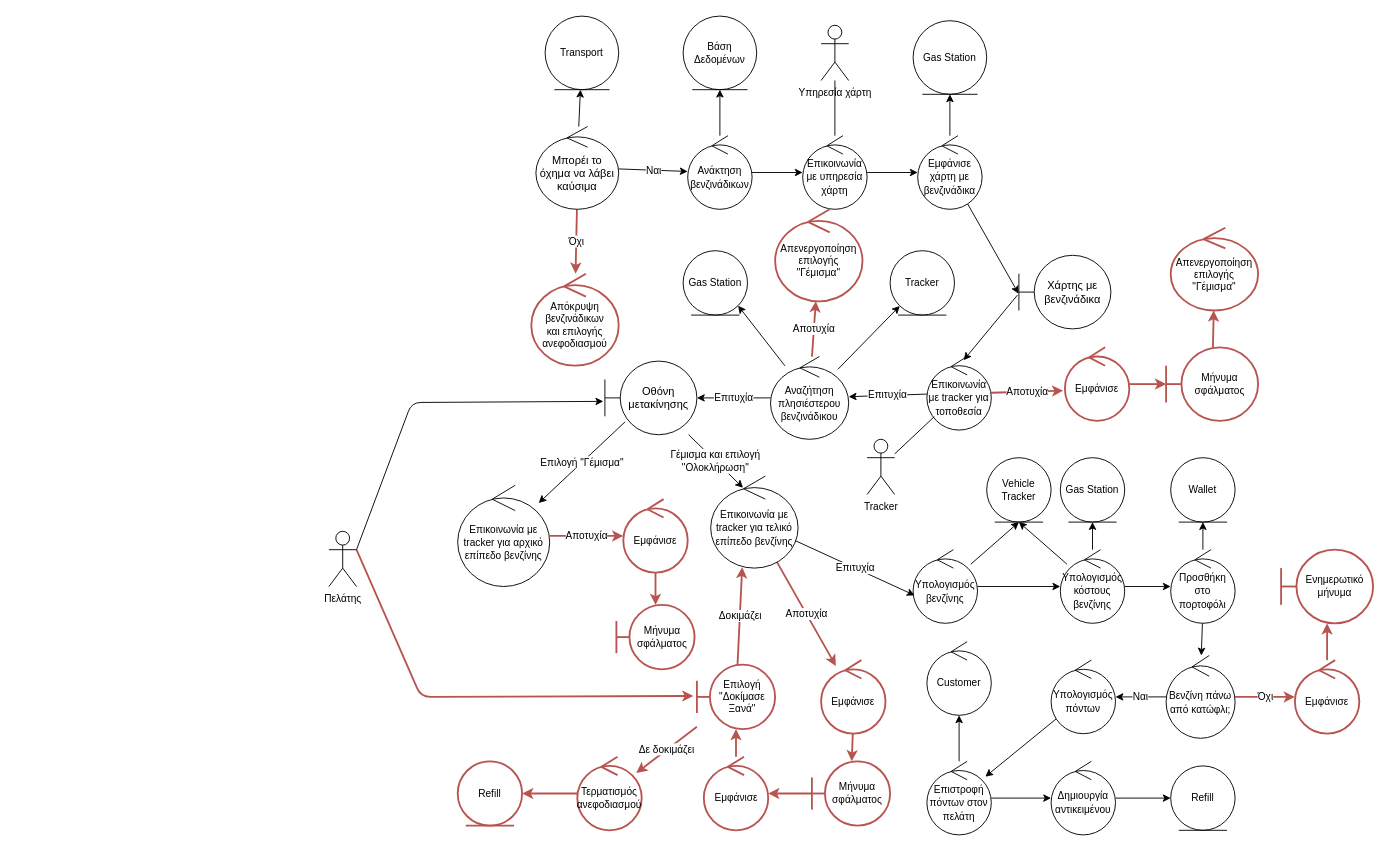
Above: Part_2/Robustness/diagrams/13_Ανεφοδιασμός_Οχήματος.drawio in Nikolis2002/texnoligia_logismikou (draw.io), before the change. Source tidied: cells renumbered, new cells numbered last; positions are measured from the earlier drawing's top-left corner, leaving out a move shared by most shapes. Both pictures are drawn from the tidied source at 92%, with x=0, y=0 at pixel (328, 16).
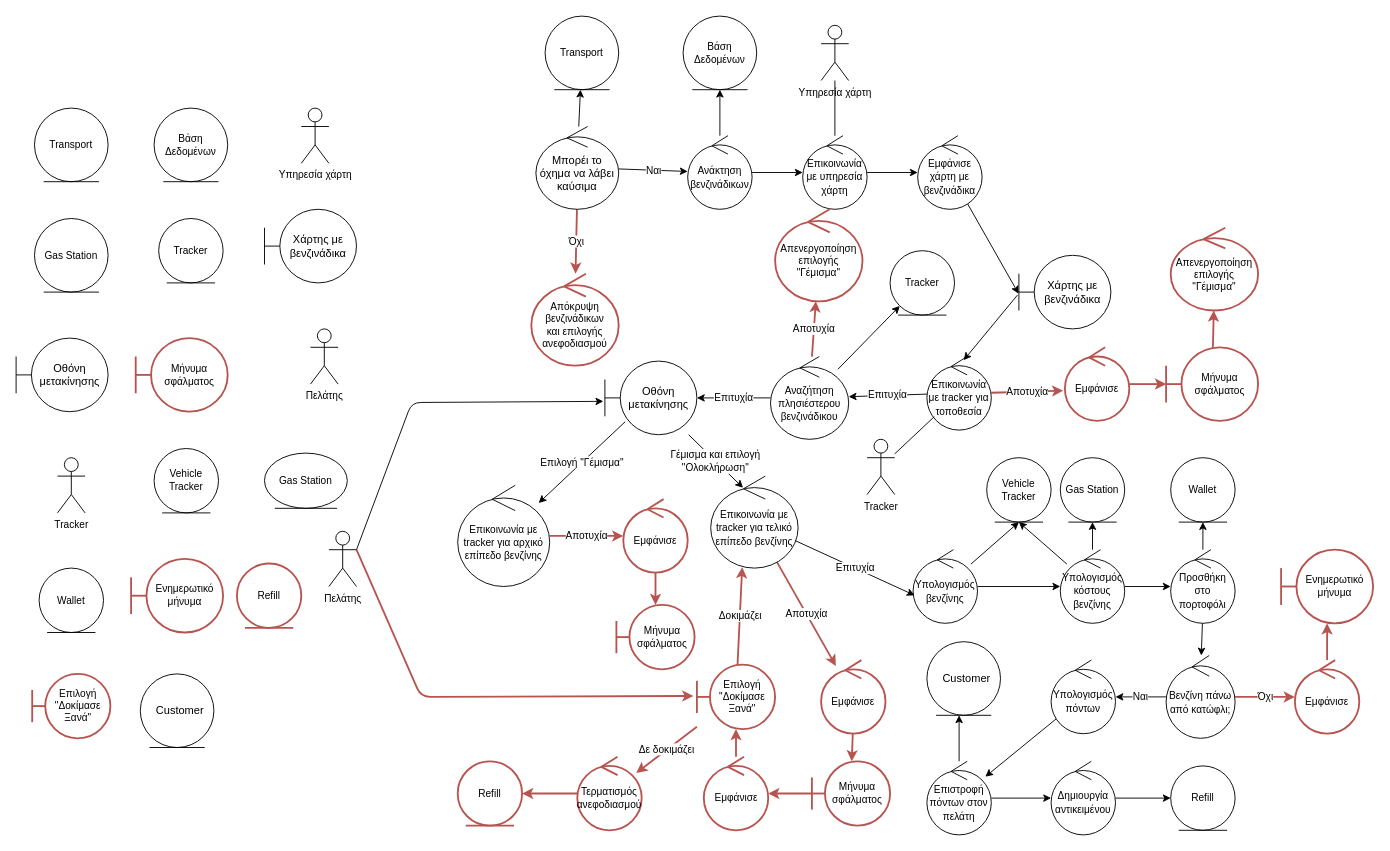
Above is the later version.

The change refers to these unchanged cells:
```xml
<mxCell id="21" value="&lt;font style=&quot;font-size: 11px;&quot;&gt;Εμφάνισε χάρτη με βενζινάδικα&lt;/font&gt;" style="ellipse;shape=umlControl;whiteSpace=wrap;html=1;" parent="1" vertex="1">
  <mxGeometry x="640" y="130" width="70" height="80" as="geometry" />
</mxCell>
<mxCell id="32" value="&lt;font style=&quot;font-size: 11px;&quot;&gt;Αναζήτηση πλησιέστερου βενζινάδικου&lt;/font&gt;" style="ellipse;shape=umlControl;whiteSpace=wrap;html=1;" parent="1" vertex="1">
  <mxGeometry x="480" y="370" width="85" height="90" as="geometry" />
</mxCell>
<mxCell id="86" value="&lt;span style=&quot;font-size: 11px;&quot;&gt;Επιστροφή πόντων στον πελάτη&lt;/span&gt;" style="ellipse;shape=umlControl;whiteSpace=wrap;html=1;" parent="1" vertex="1">
  <mxGeometry x="650" y="810" width="70" height="80" as="geometry" />
</mxCell>
```

The edit, as a diff of the source:
```diff
@@
-    <mxCell id="20" style="edgeStyle=none;html=1;endArrow=classic;endFill=1;" parent="1" edge="1" source="21" target="27">
-      <mxGeometry relative="1" as="geometry" />
-    </mxCell>
@@
-    <mxCell id="27" value="Gas Station" style="ellipse;shape=umlEntity;whiteSpace=wrap;html=1;fontSize=11;" parent="1" vertex="1">
-      <mxGeometry x="635" y="5" width="80" height="80" as="geometry" />
-    </mxCell>
-    <mxCell id="28" style="edgeStyle=none;html=1;entryX=1;entryY=1;entryDx=0;entryDy=0;endArrow=classic;endFill=1;" parent="1" edge="1" source="32" target="33">
-      <mxGeometry relative="1" as="geometry" />
-    </mxCell>
@@
-    <mxCell id="33" value="Gas Station" style="ellipse;shape=umlEntity;whiteSpace=wrap;html=1;fontSize=11;" parent="1" vertex="1">
-      <mxGeometry x="385" y="255" width="70" height="70" as="geometry" />
-    </mxCell>
@@
-    <mxCell id="84" style="edgeStyle=none;html=1;" parent="1" edge="1" source="86" target="87">
-      <mxGeometry relative="1" as="geometry" />
+    <mxCell id="84" style="edgeStyle=none;html=1;" parent="1" edge="1" source="86">
+      <mxGeometry relative="1" as="geometry">
+        <mxPoint x="685" y="760" as="targetPoint" />
+      </mxGeometry>
     </mxCell>
@@
-    <mxCell id="87" value="&lt;span style=&quot;font-size: 11px;&quot;&gt;Customer&lt;/span&gt;" style="ellipse;shape=umlControl;whiteSpace=wrap;html=1;" parent="1" vertex="1">
-      <mxGeometry x="650" y="680" width="70" height="80" as="geometry" />
-    </mxCell>
@@
+    <mxCell id="94" value="Πελάτης" style="shape=umlActor;verticalLabelPosition=bottom;verticalAlign=top;html=1;fontSize=11;" parent="1" vertex="1">
+      <mxGeometry x="-20" y="340" width="30" height="60" as="geometry" />
+    </mxCell>
+    <mxCell id="95" value="Transport" style="ellipse;shape=umlEntity;whiteSpace=wrap;html=1;fontSize=11;" parent="1" vertex="1">
+      <mxGeometry x="-320" y="100" width="80" height="80" as="geometry" />
+    </mxCell>
+    <mxCell id="96" value="Βάση Δεδομένων" style="ellipse;shape=umlEntity;whiteSpace=wrap;html=1;fontSize=11;" parent="1" vertex="1">
+      <mxGeometry x="-190" y="100" width="80" height="80" as="geometry" />
+    </mxCell>
+    <mxCell id="97" value="Υπηρεσία χάρτη" style="shape=umlActor;verticalLabelPosition=bottom;verticalAlign=top;html=1;fontSize=11;" parent="1" vertex="1">
+      <mxGeometry x="-30" y="100" width="30" height="60" as="geometry" />
+    </mxCell>
+    <mxCell id="98" value="Gas Station" style="ellipse;shape=umlEntity;whiteSpace=wrap;html=1;fontSize=11;" parent="1" vertex="1">
+      <mxGeometry x="-320" y="220" width="80" height="80" as="geometry" />
+    </mxCell>
+    <mxCell id="99" value="Tracker" style="ellipse;shape=umlEntity;whiteSpace=wrap;html=1;fontSize=11;" parent="1" vertex="1">
+      <mxGeometry x="-185" y="220" width="70" height="70" as="geometry" />
+    </mxCell>
+    <mxCell id="100" value="Χάρτης με βενζινάδικα" style="shape=umlBoundary;whiteSpace=wrap;html=1;" parent="1" vertex="1">
+      <mxGeometry x="-70" y="210" width="100" height="80" as="geometry" />
+    </mxCell>
+    <mxCell id="101" value="Οθόνη μετακίνησης" style="shape=umlBoundary;whiteSpace=wrap;html=1;" parent="1" vertex="1">
+      <mxGeometry x="-340" y="350" width="100" height="80" as="geometry" />
+    </mxCell>
+    <mxCell id="102" value="Μήνυμα σφάλματος" style="shape=umlBoundary;whiteSpace=wrap;html=1;fontSize=11;fillColor=none;strokeColor=#b85450;strokeWidth=2;" parent="1" vertex="1">
+      <mxGeometry x="-210" y="350" width="100" height="80" as="geometry" />
+    </mxCell>
+    <mxCell id="103" value="Tracker" style="shape=umlActor;verticalLabelPosition=bottom;verticalAlign=top;html=1;fontSize=11;" parent="1" vertex="1">
+      <mxGeometry x="-295" y="480" width="30" height="60" as="geometry" />
+    </mxCell>
+    <mxCell id="104" value="Vehicle Tracker" style="ellipse;shape=umlEntity;whiteSpace=wrap;html=1;fontSize=11;" parent="1" vertex="1">
+      <mxGeometry x="-190" y="470" width="70" height="70" as="geometry" />
+    </mxCell>
+    <mxCell id="105" value="Gas Station" style="ellipse;shape=umlEntity;whiteSpace=wrap;html=1;fontSize=11;" parent="1" vertex="1">
+      <mxGeometry x="-70" y="475" width="90" height="60" as="geometry" />
+    </mxCell>
+    <mxCell id="106" value="Wallet" style="ellipse;shape=umlEntity;whiteSpace=wrap;html=1;fontSize=11;" parent="1" vertex="1">
+      <mxGeometry x="-315" y="600" width="70" height="70" as="geometry" />
+    </mxCell>
+    <mxCell id="107" value="Ενημερωτικό μήνυμα" style="shape=umlBoundary;whiteSpace=wrap;html=1;fontSize=11;fillColor=none;strokeColor=#b85450;strokeWidth=2;" parent="1" vertex="1">
+      <mxGeometry x="-215" y="590" width="100" height="80" as="geometry" />
+    </mxCell>
+    <mxCell id="108" value="&amp;nbsp; Customer" style="ellipse;shape=umlEntity;whiteSpace=wrap;html=1;" parent="1" vertex="1">
+      <mxGeometry x="650" y="680" width="80" height="80" as="geometry" />
+    </mxCell>
+    <mxCell id="109" value="Refill" style="ellipse;shape=umlEntity;whiteSpace=wrap;html=1;fontSize=11;fillColor=none;strokeColor=#b85450;strokeWidth=2;" parent="1" vertex="1">
+      <mxGeometry x="-100" y="595" width="70" height="70" as="geometry" />
+    </mxCell>
+    <mxCell id="110" value="Επιλογή &quot;Δοκίμασε Ξανά&quot;" style="shape=umlBoundary;whiteSpace=wrap;html=1;fontSize=11;fillColor=none;strokeColor=#b85450;strokeWidth=2;" parent="1" vertex="1">
+      <mxGeometry x="-322.5" y="715" width="85" height="70" as="geometry" />
+    </mxCell>
+    <mxCell id="111" value="&amp;nbsp; Customer" style="ellipse;shape=umlEntity;whiteSpace=wrap;html=1;" parent="1" vertex="1">
+      <mxGeometry x="-205" y="715" width="80" height="80" as="geometry" />
+    </mxCell>
```
